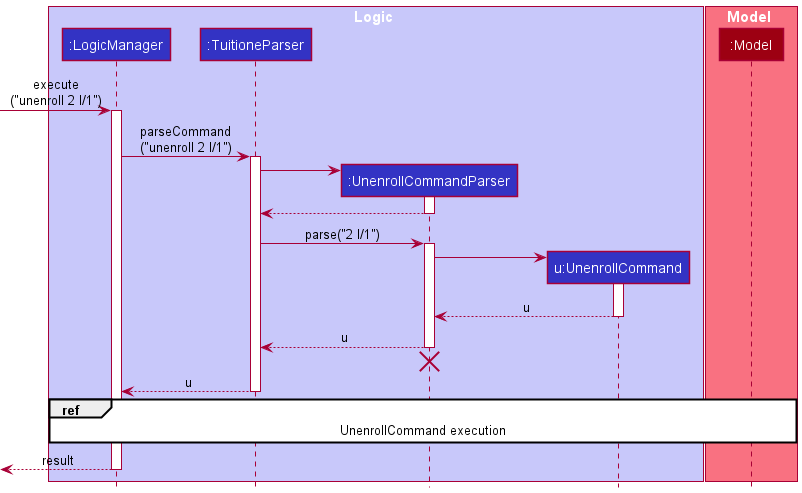
The PlantUML diagram docs/images/DeveloperGuideImage/UnenrollSequenceDiagram0.png in nus-cs2103-AY2122S1/tp, before a commit.
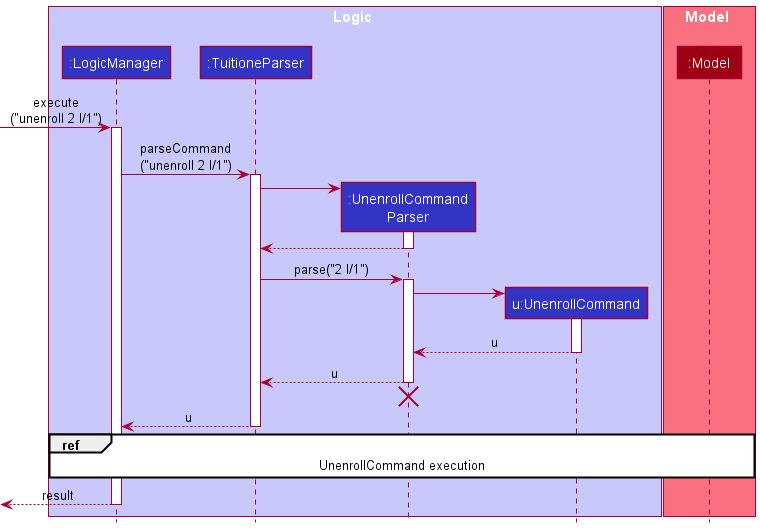
Above is the later version.

What changed in the source:
```diff
@@ -4,7 +4,7 @@
 box Logic LOGIC_COLOR_T1
 participant ":LogicManager" as LogicManager LOGIC_COLOR
 participant ":TuitioneParser" as TuitioneParser LOGIC_COLOR
-participant ":UnenrollCommandParser" as UnenrollCommandParser LOGIC_COLOR
+participant ":UnenrollCommand\nParser" as UnenrollCommandParser LOGIC_COLOR
 participant "u:UnenrollCommand" as UnenrollCommand LOGIC_COLOR
 end box
 
```
